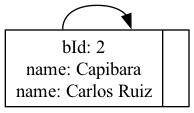
Above: Proyecto1/reports/preceseed_circular_list_ART-223.png in marcosbondel/IPC2_ProyectoVD2024_202202410 (Graphviz), before the change. Its source is kept beside it as Proyecto1/dot_reports/preceseed_circular_list_ART-223.dot.
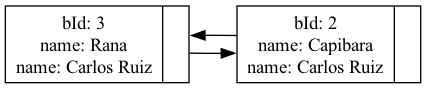
The same diagram one commit later.

What changed in the source:
```diff
@@ -1,6 +1,8 @@
 digraph G {
             rankdir=LR;
             node[shape=record, height=.1]
-        nodo0[label="{bId: 2\nname: Capibara\nname: Carlos Ruiz\n|<f1>}"];
-nodo0 -> nodo0[constraint=false];
+        nodo0[label="{bId: 3\nname: Rana\nname: Carlos Ruiz\n|<f1>}"];
+nodo1[label="{bId: 2\nname: Capibara\nname: Carlos Ruiz\n|<f1>}"];
+nodo0 -> nodo1;
+nodo1 -> nodo0[constraint=false];
 }
```
